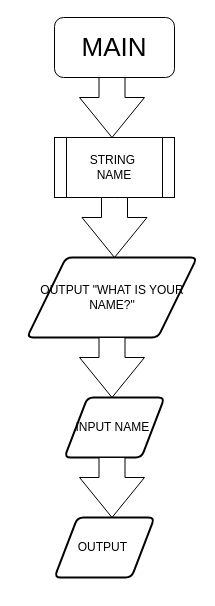
Above: Enhanced chatbot.drawio in DritsonDrouwow/code (draw.io), before the change. Source tidied: cells renumbered, new cells numbered last; positions are measured from the earlier drawing's top-left corner, leaving out a move shared by most shapes. Both pictures are drawn from the tidied source at 100%, with x=0, y=0 at pixel (26, 17).
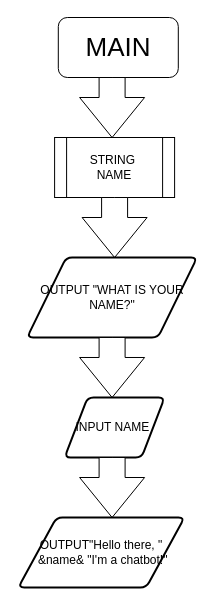
After the change.

Diff of the diagram source:
```diff
@@
 <mxGraphModel>
   <root>
     <mxCell id="0" />
     <mxCell id="1" parent="0" />
     <mxCell id="2" value="&lt;font style=&quot;font-size: 26px;&quot;&gt;MAIN&lt;/font&gt;" style="rounded=1;whiteSpace=wrap;html=1;" parent="1" vertex="1">
-      <mxGeometry x="28" width="120" height="60" as="geometry" />
+      <mxGeometry x="31.8" width="120" height="60" as="geometry" />
     </mxCell>
     <mxCell id="3" style="html=1;shadow=0;dashed=0;align=center;verticalAlign=middle;shape=mxgraph.arrows2.arrow;dy=0.6;dx=40;direction=south;notch=0;" parent="1" vertex="1">
-      <mxGeometry x="53" y="60" width="65" height="60" as="geometry" />
+      <mxGeometry x="53.1" y="60" width="65" height="60" as="geometry" />
     </mxCell>
     <mxCell id="4" value="STRING&amp;nbsp;&lt;div&gt;NAME&lt;/div&gt;" style="shape=process;whiteSpace=wrap;html=1;backgroundOutline=1;" parent="1" vertex="1">
-      <mxGeometry x="28" y="120" width="120" height="60" as="geometry" />
+      <mxGeometry x="28.1" y="120" width="120" height="60" as="geometry" />
     </mxCell>
     <mxCell id="5" style="html=1;shadow=0;dashed=0;align=center;verticalAlign=middle;shape=mxgraph.arrows2.arrow;dy=0.6;dx=40;direction=south;notch=0;" parent="1" vertex="1">
-      <mxGeometry x="55.5" y="180" width="65" height="60" as="geometry" />
+      <mxGeometry x="55.6" y="180" width="65" height="60" as="geometry" />
     </mxCell>
     <mxCell id="6" value="OUTPUT &quot;WHAT IS YOUR NAME?&quot;" style="shape=parallelogram;html=1;strokeWidth=2;perimeter=parallelogramPerimeter;whiteSpace=wrap;rounded=1;arcSize=12;size=0.23;" parent="1" vertex="1">
-      <mxGeometry x="0.5" y="240" width="170" height="80" as="geometry" />
+      <mxGeometry x="0.6" y="240" width="170" height="80" as="geometry" />
     </mxCell>
     <mxCell id="7" style="html=1;shadow=0;dashed=0;align=center;verticalAlign=middle;shape=mxgraph.arrows2.arrow;dy=0.6;dx=40;direction=south;notch=0;" parent="1" vertex="1">
-      <mxGeometry x="53" y="320" width="65" height="60" as="geometry" />
+      <mxGeometry x="53.1" y="320" width="65" height="60" as="geometry" />
     </mxCell>
     <mxCell id="8" value="INPUT NAME&amp;nbsp;" style="shape=parallelogram;html=1;strokeWidth=2;perimeter=parallelogramPerimeter;whiteSpace=wrap;rounded=1;arcSize=12;size=0.23;" parent="1" vertex="1">
-      <mxGeometry x="38" y="380" width="100" height="60" as="geometry" />
+      <mxGeometry x="38.1" y="380" width="100" height="60" as="geometry" />
     </mxCell>
     <mxCell id="9" style="html=1;shadow=0;dashed=0;align=center;verticalAlign=middle;shape=mxgraph.arrows2.arrow;dy=0.6;dx=40;direction=south;notch=0;" parent="1" vertex="1">
-      <mxGeometry x="53" y="440" width="65" height="60" as="geometry" />
+      <mxGeometry x="53.1" y="440" width="65" height="60" as="geometry" />
     </mxCell>
-    <mxCell id="10" value="OUTPUT&amp;nbsp;" style="shape=parallelogram;html=1;strokeWidth=2;perimeter=parallelogramPerimeter;whiteSpace=wrap;rounded=1;arcSize=12;size=0.23;" parent="1" vertex="1">
-      <mxGeometry x="28" y="500" width="100" height="60" as="geometry" />
+    <mxCell id="10" value="OUTPUT&quot;Hello there,&lt;span style=&quot;background-color: transparent; color: light-dark(rgb(0, 0, 0), rgb(255, 255, 255));&quot;&gt;&amp;nbsp;&quot;&lt;/span&gt;&lt;div&gt;&lt;span style=&quot;background-color: transparent; color: light-dark(rgb(0, 0, 0), rgb(255, 255, 255));&quot;&gt;&amp;nbsp;&amp;amp;name&amp;amp; &quot;I'm a chatbot!&quot;&lt;/span&gt;&lt;/div&gt;" style="shape=parallelogram;html=1;strokeWidth=2;perimeter=parallelogramPerimeter;whiteSpace=wrap;rounded=1;arcSize=12;size=0.23;" parent="1" vertex="1">
+      <mxGeometry x="-8.2" y="500" width="166.2" height="70" as="geometry" />
     </mxCell>
   </root>
 </mxGraphModel>
```
